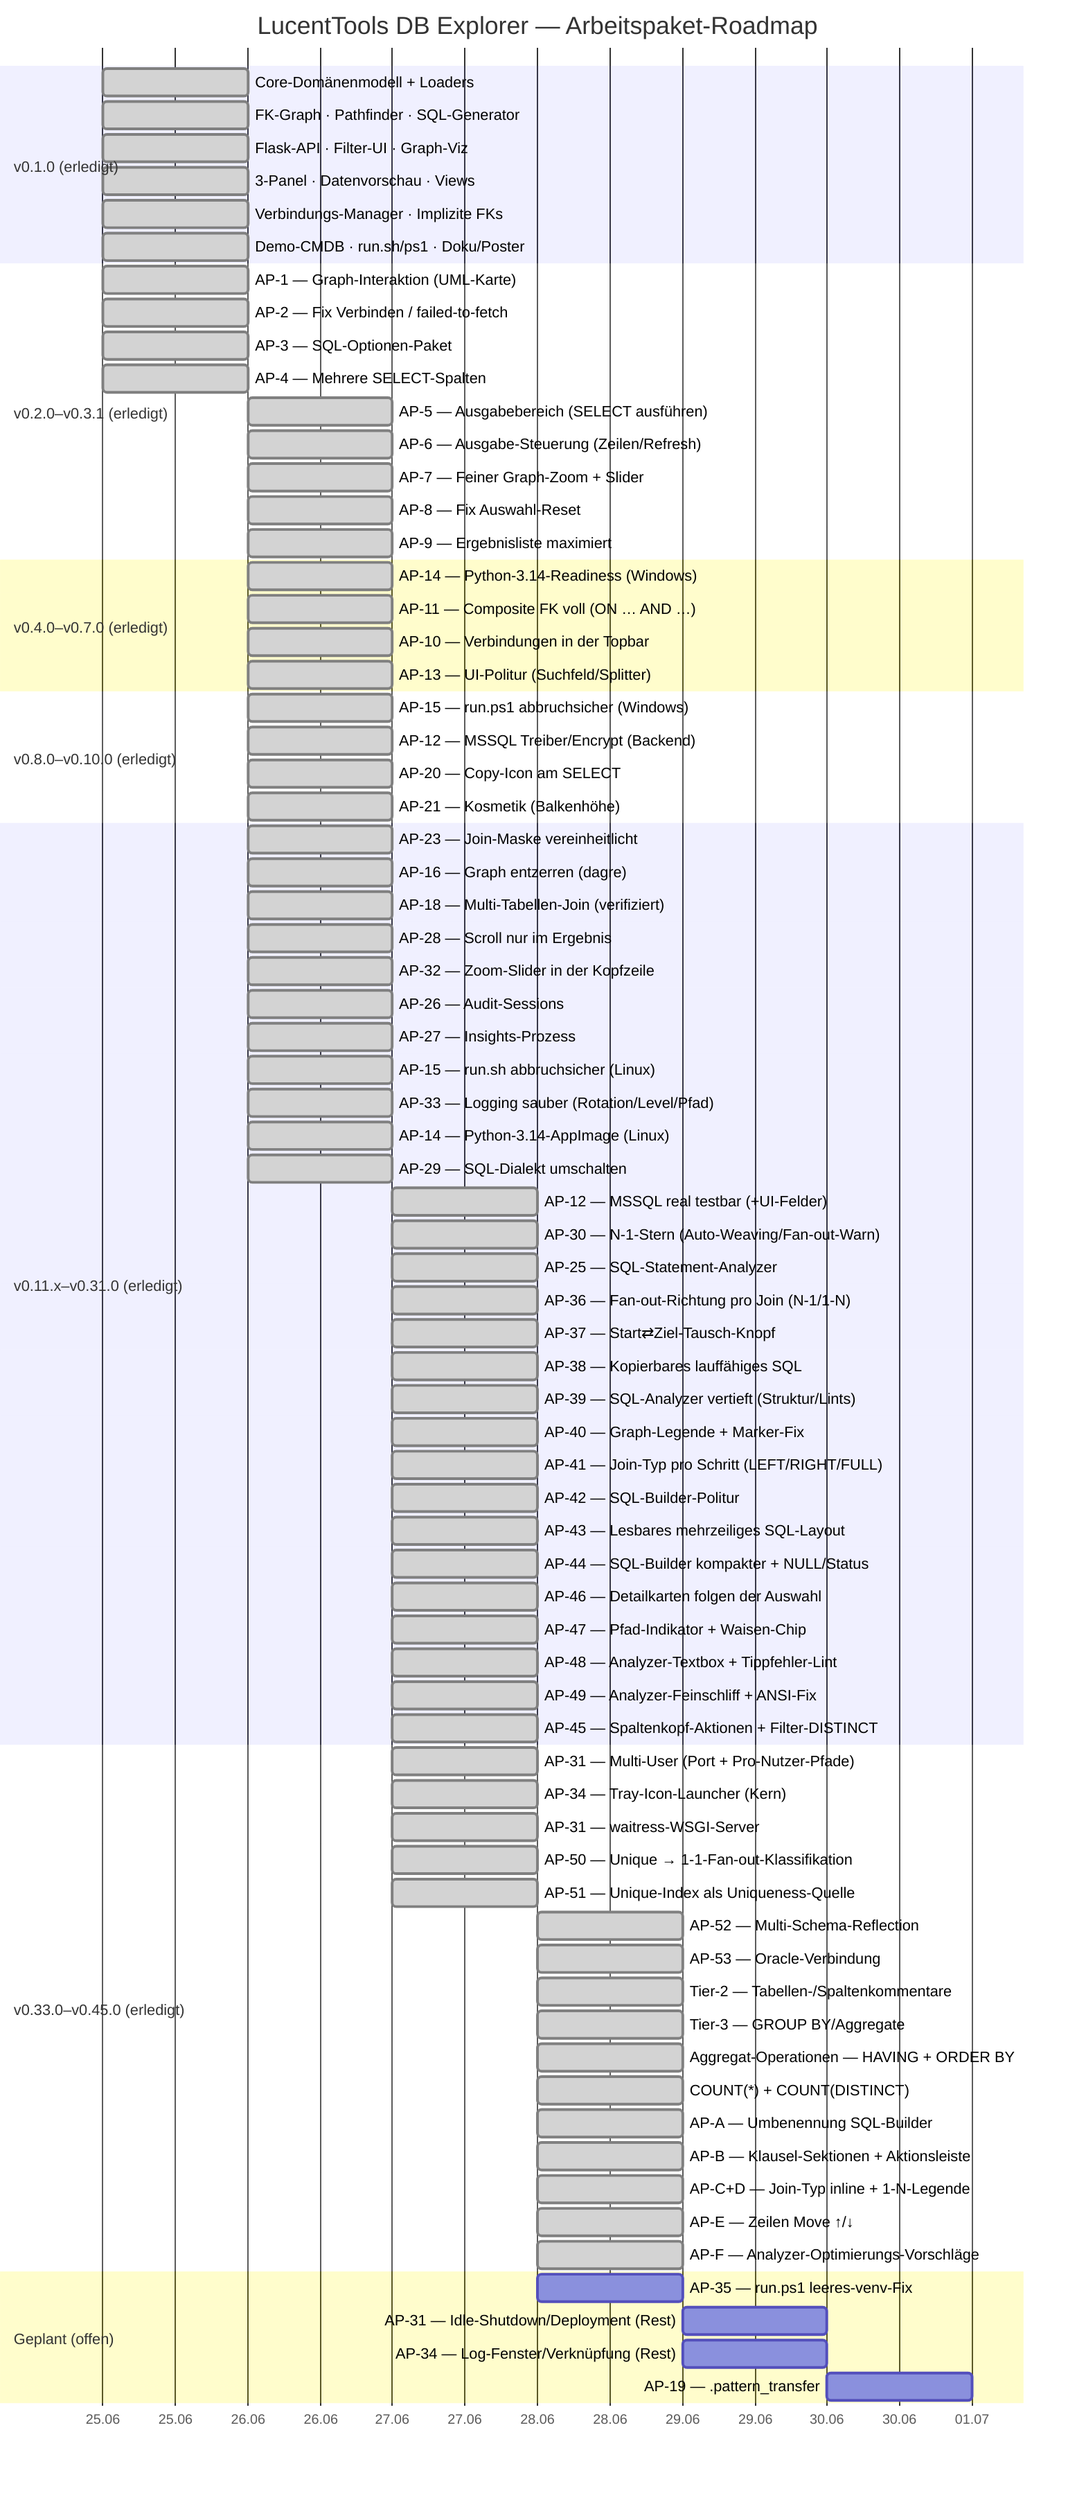
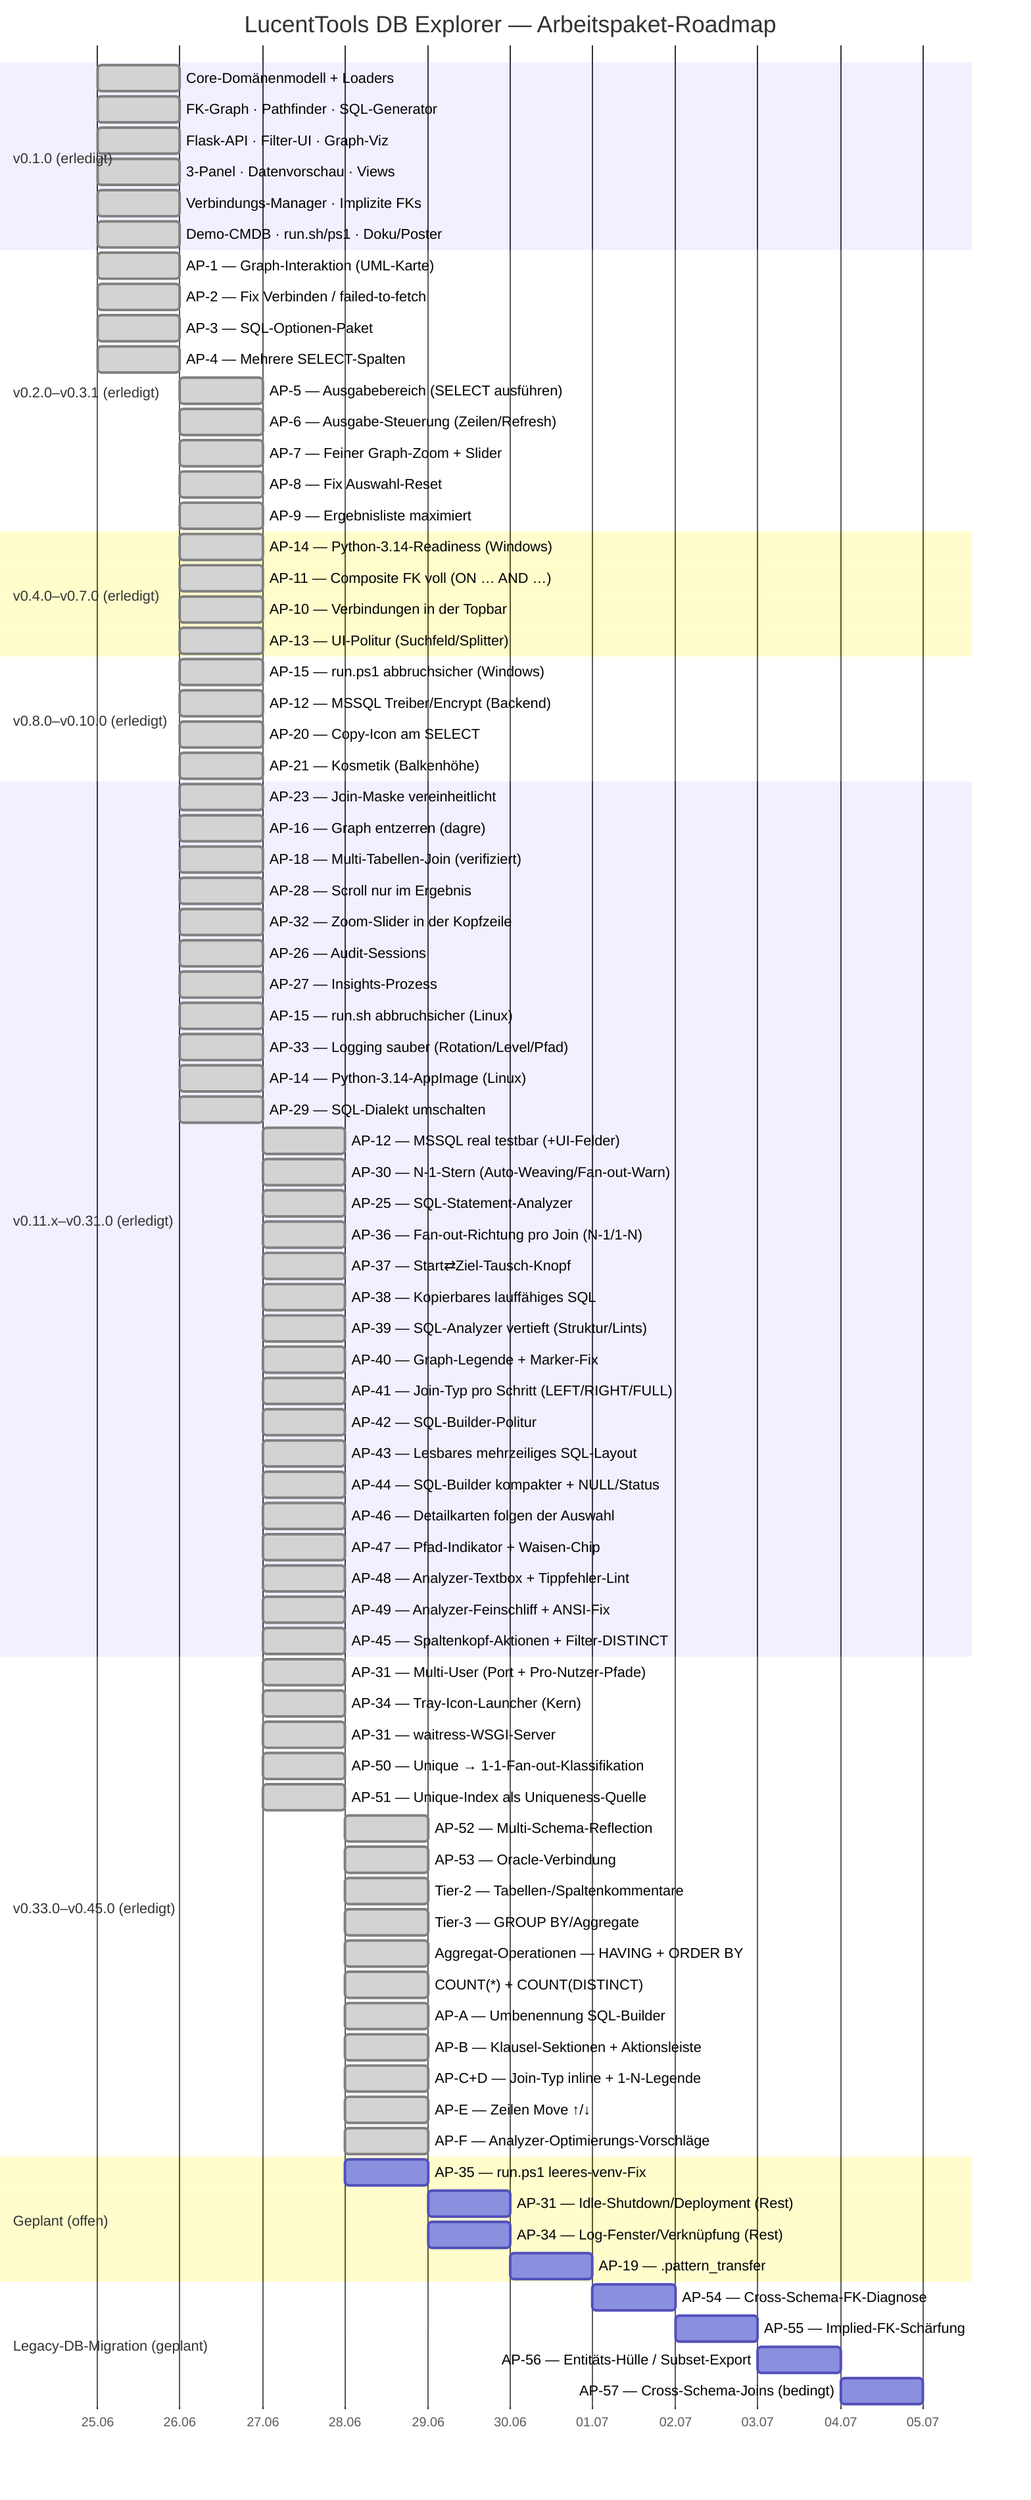
gantt
    title LucentTools DB Explorer — Arbeitspaket-Roadmap
    dateFormat  YYYY-MM-DD
    axisFormat  %d.%m

    section v0.1.0 (erledigt)
    Core-Domänenmodell + Loaders          :done, d1, 2026-06-25, 1d
    FK-Graph · Pathfinder · SQL-Generator :done, d2, 2026-06-25, 1d
    Flask-API · Filter-UI · Graph-Viz     :done, d3, 2026-06-25, 1d
    3-Panel · Datenvorschau · Views       :done, d4, 2026-06-25, 1d
    Verbindungs-Manager · Implizite FKs   :done, d5, 2026-06-25, 1d
    Demo-CMDB · run.sh/ps1 · Doku/Poster  :done, d6, 2026-06-25, 1d

    section v0.2.0–v0.3.1 (erledigt)
    AP-1 — Graph-Interaktion (UML-Karte)        :done, a1, 2026-06-25, 1d
    AP-2 — Fix Verbinden / failed-to-fetch      :done, a2, 2026-06-25, 1d
    AP-3 — SQL-Optionen-Paket                   :done, a3, 2026-06-25, 1d
    AP-4 — Mehrere SELECT-Spalten               :done, a4, 2026-06-25, 1d
    AP-5 — Ausgabebereich (SELECT ausführen)    :done, a5, 2026-06-26, 1d
    AP-6 — Ausgabe-Steuerung (Zeilen/Refresh)   :done, a6, 2026-06-26, 1d
    AP-7 — Feiner Graph-Zoom + Slider           :done, a7, 2026-06-26, 1d
    AP-8 — Fix Auswahl-Reset                    :done, a8, 2026-06-26, 1d
    AP-9 — Ergebnisliste maximiert              :done, a9, 2026-06-26, 1d

    section v0.4.0–v0.7.0 (erledigt)
    AP-14 — Python-3.14-Readiness (Windows)     :done, b1, 2026-06-26, 1d
    AP-11 — Composite FK voll (ON … AND …)      :done, b2, 2026-06-26, 1d
    AP-10 — Verbindungen in der Topbar          :done, b3, 2026-06-26, 1d
    AP-13 — UI-Politur (Suchfeld/Splitter)      :done, b4, 2026-06-26, 1d

    section v0.8.0–v0.10.0 (erledigt)
    AP-15 — run.ps1 abbruchsicher (Windows)     :done, c1, 2026-06-26, 1d
    AP-12 — MSSQL Treiber/Encrypt (Backend)     :done, c2, 2026-06-26, 1d
    AP-20 — Copy-Icon am SELECT                 :done, c3, 2026-06-26, 1d
    AP-21 — Kosmetik (Balkenhöhe)               :done, c4, 2026-06-26, 1d

    section v0.11.x–v0.31.0 (erledigt)
    AP-23 — Join-Maske vereinheitlicht          :done, e1, 2026-06-26, 1d
    AP-16 — Graph entzerren (dagre)             :done, e2, 2026-06-26, 1d
    AP-18 — Multi-Tabellen-Join (verifiziert)   :done, e3, 2026-06-26, 1d
    AP-28 — Scroll nur im Ergebnis              :done, e4, 2026-06-26, 1d
    AP-32 — Zoom-Slider in der Kopfzeile        :done, e5, 2026-06-26, 1d
    AP-26 — Audit-Sessions                      :done, e6, 2026-06-26, 1d
    AP-27 — Insights-Prozess                    :done, e7, 2026-06-26, 1d
    AP-15 — run.sh abbruchsicher (Linux)        :done, e8, 2026-06-26, 1d
    AP-33 — Logging sauber (Rotation/Level/Pfad) :done, e9, 2026-06-26, 1d
    AP-14 — Python-3.14-AppImage (Linux)         :done, e10, 2026-06-26, 1d
    AP-29 — SQL-Dialekt umschalten               :done, e11, 2026-06-26, 1d
    AP-12 — MSSQL real testbar (+UI-Felder)      :done, e12, 2026-06-27, 1d
    AP-30 — N-1-Stern (Auto-Weaving/Fan-out-Warn) :done, e13, 2026-06-27, 1d
    AP-25 — SQL-Statement-Analyzer               :done, e14, 2026-06-27, 1d
    AP-36 — Fan-out-Richtung pro Join (N-1/1-N)  :done, e15, 2026-06-27, 1d
    AP-37 — Start⇄Ziel-Tausch-Knopf              :done, e16, 2026-06-27, 1d
    AP-38 — Kopierbares lauffähiges SQL          :done, e17, 2026-06-27, 1d
    AP-39 — SQL-Analyzer vertieft (Struktur/Lints) :done, e18, 2026-06-27, 1d
    AP-40 — Graph-Legende + Marker-Fix           :done, e19, 2026-06-27, 1d
    AP-41 — Join-Typ pro Schritt (LEFT/RIGHT/FULL) :done, e20, 2026-06-27, 1d
    AP-42 — SQL-Builder-Politur                 :done, e21, 2026-06-27, 1d
    AP-43 — Lesbares mehrzeiliges SQL-Layout      :done, e22, 2026-06-27, 1d
    AP-44 — SQL-Builder kompakter + NULL/Status :done, e23, 2026-06-27, 1d
    AP-46 — Detailkarten folgen der Auswahl       :done, e24, 2026-06-27, 1d
    AP-47 — Pfad-Indikator + Waisen-Chip         :done, e25, 2026-06-27, 1d
    AP-48 — Analyzer-Textbox + Tippfehler-Lint   :done, e26, 2026-06-27, 1d
    AP-49 — Analyzer-Feinschliff + ANSI-Fix       :done, e27, 2026-06-27, 1d
    AP-45 — Spaltenkopf-Aktionen + Filter-DISTINCT :done, e28, 2026-06-27, 1d

    section v0.33.0–v0.45.0 (erledigt)
    AP-31 — Multi-User (Port + Pro-Nutzer-Pfade) :done, f1, 2026-06-27, 1d
    AP-34 — Tray-Icon-Launcher (Kern)            :done, f2, 2026-06-27, 1d
    AP-31 — waitress-WSGI-Server                 :done, f3, 2026-06-27, 1d
    AP-50 — Unique → 1-1-Fan-out-Klassifikation  :done, f4, 2026-06-27, 1d
    AP-51 — Unique-Index als Uniqueness-Quelle   :done, f5, 2026-06-27, 1d
    AP-52 — Multi-Schema-Reflection              :done, f6, 2026-06-28, 1d
    AP-53 — Oracle-Verbindung                    :done, f7, 2026-06-28, 1d
    Tier-2 — Tabellen-/Spaltenkommentare         :done, f8, 2026-06-28, 1d
    Tier-3 — GROUP BY/Aggregate                  :done, f9, 2026-06-28, 1d
    Aggregat-Operationen — HAVING + ORDER BY     :done, f10, 2026-06-28, 1d
    COUNT(*) + COUNT(DISTINCT)                   :done, f11, 2026-06-28, 1d
    AP-A — Umbenennung SQL-Builder               :done, f12, 2026-06-28, 1d
    AP-B — Klausel-Sektionen + Aktionsleiste     :done, f13, 2026-06-28, 1d
    AP-C+D — Join-Typ inline + 1-N-Legende       :done, f14, 2026-06-28, 1d
    AP-E — Zeilen Move ↑/↓                        :done, f15, 2026-06-28, 1d
    AP-F — Analyzer-Optimierungs-Vorschläge      :done, f16, 2026-06-28, 1d

    section Geplant (offen)
    AP-35 — run.ps1 leeres-venv-Fix             :p3, 2026-06-28, 1d
    AP-31 — Idle-Shutdown/Deployment (Rest)     :p5, 2026-06-29, 1d
    AP-34 — Log-Fenster/Verknüpfung (Rest)      :p6, 2026-06-29, 1d
    AP-19 — .pattern_transfer                   :p11, 2026-06-30, 1d
+ 
+     section Legacy-DB-Migration (geplant)
+     AP-54 — Cross-Schema-FK-Diagnose            :p20, 2026-07-01, 1d
+     AP-55 — Implied-FK-Schärfung                :p21, 2026-07-02, 1d
+     AP-56 — Entitäts-Hülle / Subset-Export      :p22, 2026-07-03, 1d
+     AP-57 — Cross-Schema-Joins (bedingt)        :p23, 2026-07-04, 1d
